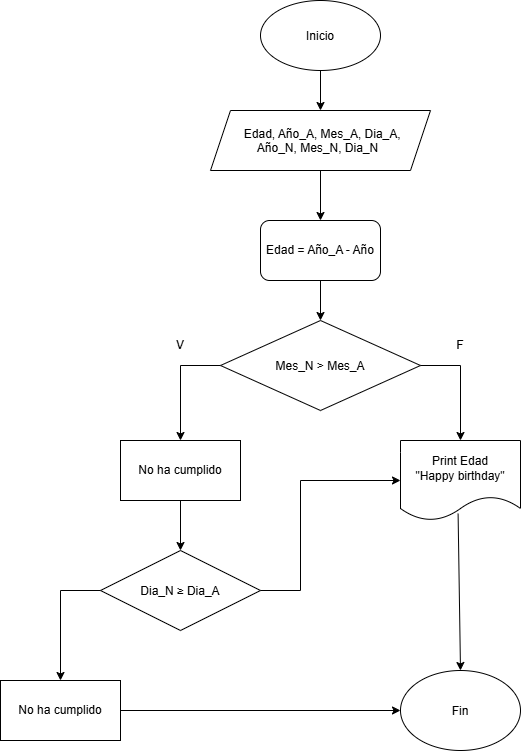
Gavsxgh/Unidad_2_Algoritmos keeps this draw.io diagram as Imagenes/Diagrama 2.png. Above is the earlier version. Source tidied: cells renumbered, new cells last; positions are measured from the earlier drawing's top-left corner, leaving out a move shared by most shapes.
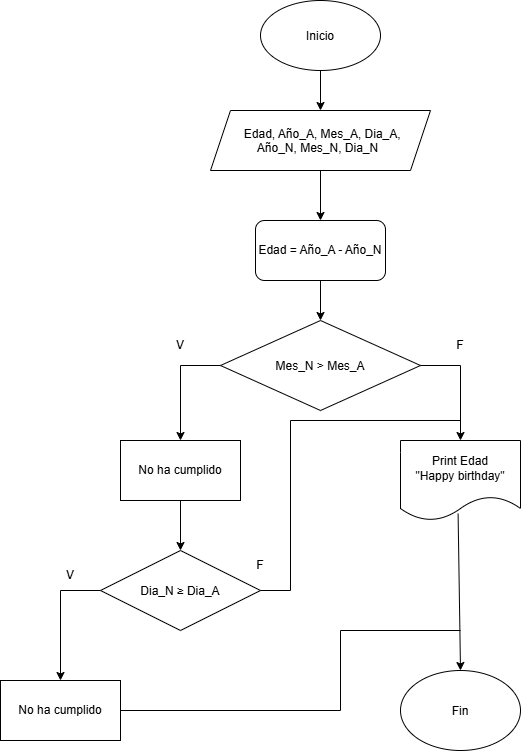
Above is the later version.

What changed in the source:
```diff
@@ -10,8 +10,8 @@
         <mxPoint x="320" y="110" as="targetPoint" />
       </mxGeometry>
     </mxCell>
-    <mxCell id="4" value="Edad = Año_A - Año" style="rounded=1;whiteSpace=wrap;html=1;" parent="1" vertex="1">
-      <mxGeometry x="260" y="220" width="120" height="60" as="geometry" />
+    <mxCell id="4" value="Edad = Año_A - Año_N" style="rounded=1;whiteSpace=wrap;html=1;" parent="1" vertex="1">
+      <mxGeometry x="255" y="220" width="130" height="60" as="geometry" />
     </mxCell>
     <mxCell id="5" value="Edad, Año_A, Mes_A, Dia_A, Año_N, Mes_N, Dia_N" style="shape=parallelogram;perimeter=parallelogramPerimeter;whiteSpace=wrap;html=1;shapeInside=1;fixedSize=1;" parent="1" vertex="1">
       <mxGeometry x="210" y="110" width="220" height="60" as="geometry" />
@@ -60,11 +60,12 @@
     <mxCell id="15" value="Dia_N&amp;nbsp;≥ Dia_A" style="rhombus;whiteSpace=wrap;html=1;shapeInside=1;" parent="1" vertex="1">
       <mxGeometry x="100" y="550" width="160" height="80" as="geometry" />
     </mxCell>
-    <mxCell id="16" style="endArrow=classic;html=1;rounded=0;exitX=1;exitY=0.5;exitDx=0;exitDy=0;entryX=0;entryY=0.5;entryDx=0;entryDy=0;" parent="1" edge="1" source="15" target="19">
+    <mxCell id="16" style="endArrow=none;html=1;rounded=0;exitX=1;exitY=0.5;exitDx=0;exitDy=0;endFill=0;" parent="1" edge="1" source="15">
       <mxGeometry relative="1" as="geometry">
+        <mxPoint x="460" y="420" as="targetPoint" />
         <Array as="points">
-          <mxPoint x="300" y="590" />
-          <mxPoint x="300" y="480" />
+          <mxPoint x="290" y="590" />
+          <mxPoint x="290" y="420" />
         </Array>
       </mxGeometry>
     </mxCell>
@@ -87,8 +88,20 @@
     <mxCell id="21" value="Fin" style="ellipse;whiteSpace=wrap;html=1;shapeInside=1;" parent="1" vertex="1">
       <mxGeometry x="400" y="670" width="120" height="80" as="geometry" />
     </mxCell>
-    <mxCell id="22" style="endArrow=classic;html=1;rounded=0;exitX=1;exitY=0.5;exitDx=0;exitDy=0;entryX=0;entryY=0.5;entryDx=0;entryDy=0;" parent="1" edge="1" source="17" target="21">
-      <mxGeometry relative="1" as="geometry" />
+    <mxCell id="22" style="endArrow=none;html=1;rounded=0;exitX=1;exitY=0.5;exitDx=0;exitDy=0;endFill=0;" parent="1" edge="1" source="17">
+      <mxGeometry relative="1" as="geometry">
+        <mxPoint x="460" y="630" as="targetPoint" />
+        <Array as="points">
+          <mxPoint x="340" y="710" />
+          <mxPoint x="340" y="630" />
+        </Array>
+      </mxGeometry>
     </mxCell>
+    <mxCell id="23" value="V" style="text;html=1;whiteSpace=wrap;strokeColor=none;fillColor=none;align=center;verticalAlign=middle;rounded=0;" parent="1" vertex="1">
+      <mxGeometry x="40" y="560" width="60" height="30" as="geometry" />
+    </mxCell>
+    <mxCell id="24" value="F" style="text;html=1;whiteSpace=wrap;strokeColor=none;fillColor=none;align=center;verticalAlign=middle;rounded=0;" parent="1" vertex="1">
+      <mxGeometry x="230" y="550" width="60" height="30" as="geometry" />
+    </mxCell>
   </root>
 </mxGraphModel>
```
